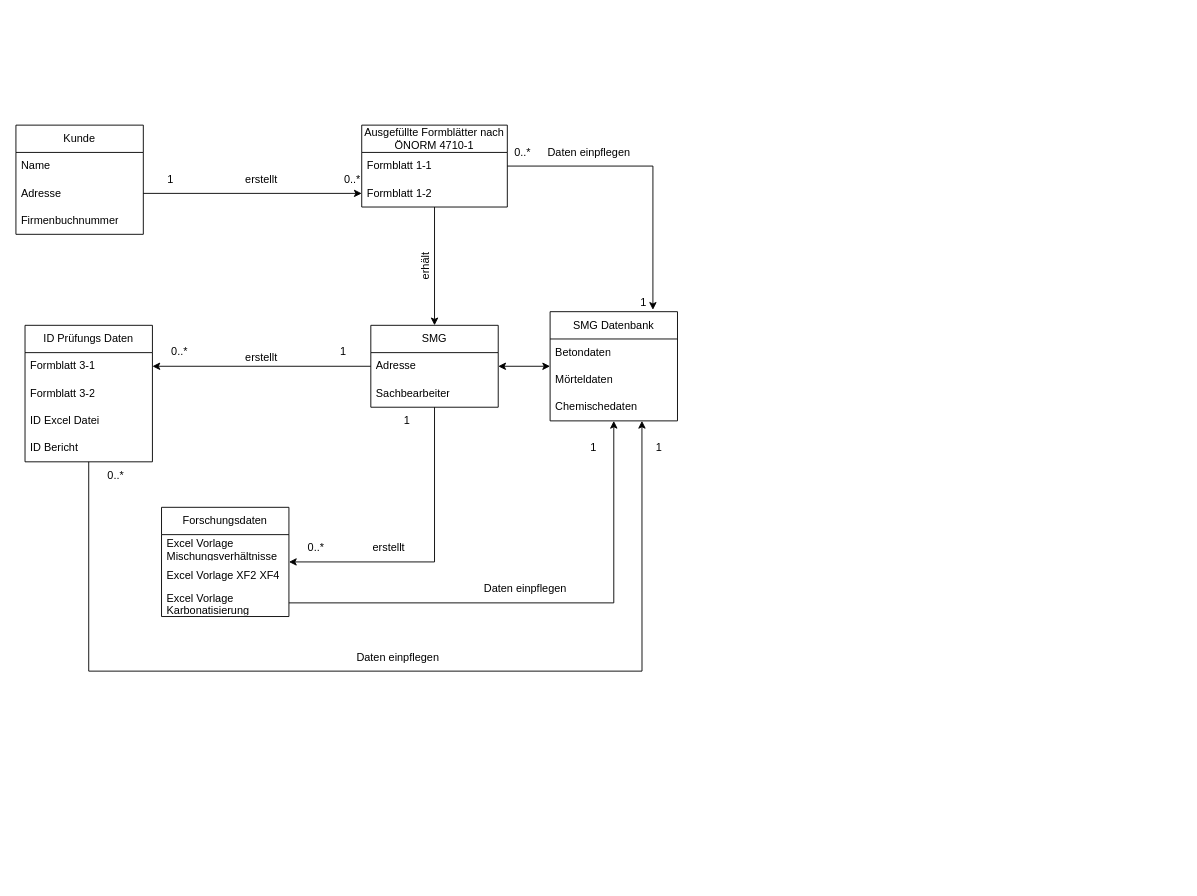
Before: Unbenanntes Diagramm.drawio in TManninger-smg/Datenmodellierung, a draw.io diagram. Source tidied: cells renumbered, new cells numbered last; positions are measured from the earlier drawing's top-left corner, leaving out a move shared by most shapes. Both pictures are drawn from the tidied source at 91%, with x=0, y=0 at pixel (15, 125).
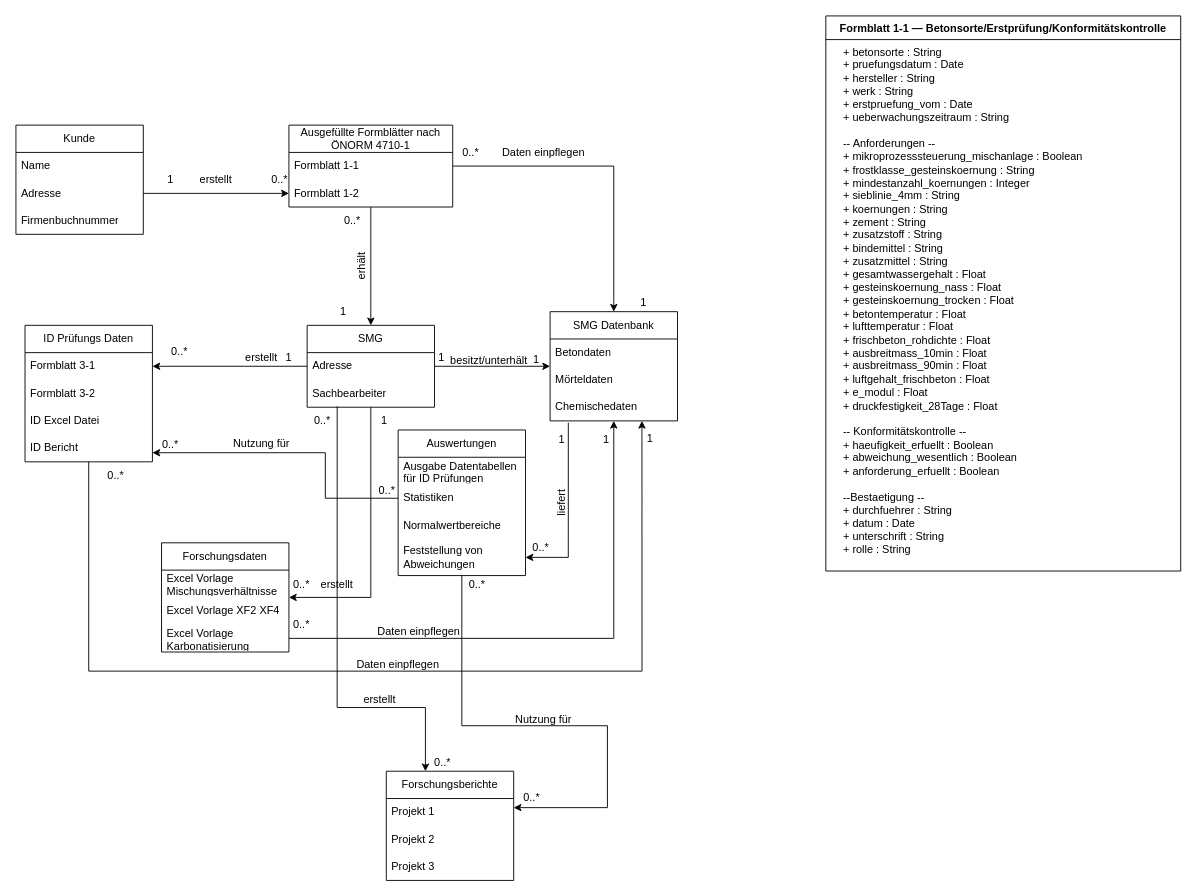
The same diagram, later.

Unchanged cells that the change refers to:
```xml
<mxCell id="13" value="Adresse" style="text;strokeColor=none;fillColor=none;align=left;verticalAlign=middle;spacingLeft=4;spacingRight=4;overflow=hidden;points=[[0,0.5],[1,0.5]];portConstraint=eastwest;whiteSpace=wrap;html=1;" parent="12" vertex="1">
  <mxGeometry y="30" width="140" height="30" as="geometry" />
</mxCell>
<mxCell id="14" value="Sachbearbeiter" style="text;strokeColor=none;fillColor=none;align=left;verticalAlign=middle;spacingLeft=4;spacingRight=4;overflow=hidden;points=[[0,0.5],[1,0.5]];portConstraint=eastwest;whiteSpace=wrap;html=1;" parent="12" vertex="1">
  <mxGeometry y="60" width="140" height="30" as="geometry" />
</mxCell>
<mxCell id="30" value="Excel Vorlage Karbonatisierung" style="text;strokeColor=none;fillColor=none;align=left;verticalAlign=middle;spacingLeft=4;spacingRight=4;overflow=hidden;points=[[0,0.5],[1,0.5]];portConstraint=eastwest;whiteSpace=wrap;html=1;" parent="27" vertex="1">
  <mxGeometry y="90" width="140" height="30" as="geometry" />
</mxCell>
<mxCell id="35" value="SMG Datenbank" style="swimlane;fontStyle=0;horizontal=1;startSize=30;whiteSpace=wrap;html=1;" parent="1" vertex="1">
  <mxGeometry x="587" y="205" width="140" height="120" as="geometry" />
</mxCell>
<mxCell id="38" value="Chemischedaten" style="text;strokeColor=none;fillColor=none;align=left;verticalAlign=middle;spacingLeft=4;spacingRight=4;overflow=hidden;points=[[0,0.5],[1,0.5]];portConstraint=eastwest;whiteSpace=wrap;html=1;" parent="35" vertex="1">
  <mxGeometry y="90" width="140" height="30" as="geometry" />
</mxCell>
```

The edit, as a diff of the source:
```diff
@@
     <mxCell id="6" value="Ausgefüllte Formblätter nach ÖNORM 4710-1" style="swimlane;fontStyle=0;horizontal=1;startSize=30;whiteSpace=wrap;html=1;" parent="1" vertex="1">
-      <mxGeometry x="380" width="160" height="90" as="geometry" />
+      <mxGeometry x="300" width="180" height="90" as="geometry" />
     </mxCell>
     <mxCell id="7" value="Formblatt 1-1&amp;nbsp;" style="text;strokeColor=none;fillColor=none;align=left;verticalAlign=middle;spacingLeft=4;spacingRight=4;overflow=hidden;whiteSpace=wrap;html=1;" parent="6" vertex="1">
-      <mxGeometry y="30" width="160" height="30" as="geometry" />
+      <mxGeometry y="30" width="180" height="30" as="geometry" />
     </mxCell>
     <mxCell id="8" value="Formblatt 1-2" style="text;strokeColor=none;fillColor=none;align=left;verticalAlign=middle;spacingLeft=4;spacingRight=4;overflow=hidden;points=[[0,0.5],[1,0.5]];portConstraint=eastwest;whiteSpace=wrap;html=1;" parent="6" vertex="1">
-      <mxGeometry y="60" width="160" height="30" as="geometry" />
+      <mxGeometry y="60" width="180" height="30" as="geometry" />
     </mxCell>
     <mxCell id="9" value="erstellt" style="text;html=1;align=center;verticalAlign=middle;whiteSpace=wrap;rounded=0;" parent="1" vertex="1">
-      <mxGeometry x="240" y="45" width="60" height="30" as="geometry" />
+      <mxGeometry x="190" y="45" width="60" height="30" as="geometry" />
     </mxCell>
@@
     <mxCell id="11" value="0..*" style="text;html=1;align=center;verticalAlign=middle;whiteSpace=wrap;rounded=0;" parent="1" vertex="1">
-      <mxGeometry x="340" y="45" width="60" height="30" as="geometry" />
+      <mxGeometry x="260" y="45" width="60" height="30" as="geometry" />
     </mxCell>
     <mxCell id="12" value="SMG" style="swimlane;fontStyle=0;horizontal=1;startSize=30;whiteSpace=wrap;html=1;" parent="1" vertex="1">
-      <mxGeometry x="390" y="220" width="140" height="90" as="geometry" />
+      <mxGeometry x="320" y="220" width="140" height="90" as="geometry" />
     </mxCell>
@@
     <mxCell id="15" value="erhält" style="text;html=1;align=center;verticalAlign=middle;whiteSpace=wrap;rounded=0;rotation=-90;" parent="1" vertex="1">
-      <mxGeometry x="420" y="140" width="60" height="30" as="geometry" />
+      <mxGeometry x="350" y="140" width="60" height="30" as="geometry" />
     </mxCell>
@@
     <mxCell id="25" value="1" style="text;html=1;align=center;verticalAlign=middle;whiteSpace=wrap;rounded=0;" parent="1" vertex="1">
-      <mxGeometry x="330" y="234" width="60" height="30" as="geometry" />
+      <mxGeometry x="270" y="241" width="60" height="30" as="geometry" />
     </mxCell>
@@
     <mxCell id="27" value="Forschungsdaten" style="swimlane;fontStyle=0;horizontal=1;startSize=30;whiteSpace=wrap;html=1;" parent="1" vertex="1">
-      <mxGeometry x="160" y="420" width="140" height="120" as="geometry" />
+      <mxGeometry x="160" y="459" width="140" height="120" as="geometry" />
     </mxCell>
@@
     <mxCell id="31" style="endArrow=classic;html=1;rounded=0;" parent="1" edge="1" source="12" target="27">
       <mxGeometry relative="1" as="geometry">
         <Array as="points">
-          <mxPoint x="460" y="480" />
+          <mxPoint x="390" y="519" />
         </Array>
       </mxGeometry>
     </mxCell>
     <mxCell id="32" value="erstellt" style="text;html=1;align=center;verticalAlign=middle;whiteSpace=wrap;rounded=0;" parent="1" vertex="1">
-      <mxGeometry x="380" y="450" width="60" height="30" as="geometry" />
+      <mxGeometry x="323" y="490" width="60" height="30" as="geometry" />
     </mxCell>
-    <mxCell id="33" value="1" style="text;html=1;align=center;verticalAlign=middle;whiteSpace=wrap;rounded=0;" parent="1" vertex="1">
-      <mxGeometry x="400" y="310" width="60" height="30" as="geometry" />
-    </mxCell>
-    <mxCell id="34" value="0..*" style="text;html=1;align=center;verticalAlign=middle;whiteSpace=wrap;rounded=0;" parent="1" vertex="1">
-      <mxGeometry x="300" y="450" width="60" height="30" as="geometry" />
+    <mxCell id="34" value="0..*" style="text;html=1;align=center;verticalAlign=middle;whiteSpace=wrap;rounded=0;rotation=0;" parent="1" vertex="1">
+      <mxGeometry x="284" y="490" width="60" height="30" as="geometry" />
     </mxCell>
@@
     <mxCell id="39" style="endArrow=classic;html=1;rounded=0;exitX=1;exitY=0.5;exitDx=0;exitDy=0;" parent="1" edge="1" source="30" target="35">
       <mxGeometry relative="1" as="geometry">
         <Array as="points">
-          <mxPoint x="657" y="525" />
+          <mxPoint x="657" y="564" />
         </Array>
       </mxGeometry>
     </mxCell>
@@
-    <mxCell id="41" style="endArrow=classic;html=1;rounded=0;entryX=0.807;entryY=-0.017;entryDx=0;entryDy=0;entryPerimeter=0;" parent="1" edge="1" source="6" target="35">
+    <mxCell id="41" style="endArrow=classic;html=1;rounded=0;entryX=0.5;entryY=0;entryDx=0;entryDy=0;" parent="1" edge="1" source="6" target="35">
       <mxGeometry relative="1" as="geometry">
         <Array as="points">
-          <mxPoint x="700" y="45" />
+          <mxPoint x="657" y="45" />
         </Array>
       </mxGeometry>
     </mxCell>
     <mxCell id="42" value="Daten einpflegen" style="text;html=1;align=center;verticalAlign=middle;whiteSpace=wrap;rounded=0;" parent="1" vertex="1">
-      <mxGeometry x="570" y="15" width="120" height="30" as="geometry" />
+      <mxGeometry x="520" y="15" width="120" height="30" as="geometry" />
     </mxCell>
@@
     <mxCell id="44" value="0..*" style="text;html=1;align=center;verticalAlign=middle;whiteSpace=wrap;rounded=0;" parent="1" vertex="1">
-      <mxGeometry x="527" y="15" width="60" height="30" as="geometry" />
+      <mxGeometry x="470" y="15" width="60" height="30" as="geometry" />
     </mxCell>
     <mxCell id="45" value="Daten einpflegen" style="text;html=1;align=center;verticalAlign=middle;whiteSpace=wrap;rounded=0;" parent="1" vertex="1">
-      <mxGeometry x="500" y="495" width="120" height="30" as="geometry" />
+      <mxGeometry x="383" y="542" width="120" height="30" as="geometry" />
     </mxCell>
     <mxCell id="46" value="1" style="text;html=1;align=center;verticalAlign=middle;whiteSpace=wrap;rounded=0;" parent="1" vertex="1">
-      <mxGeometry x="600" y="340" width="70" height="30" as="geometry" />
+      <mxGeometry x="614" y="331" width="70" height="30" as="geometry" />
     </mxCell>
     <mxCell id="47" value="1" style="text;html=1;align=center;verticalAlign=middle;whiteSpace=wrap;rounded=0;" parent="1" vertex="1">
-      <mxGeometry x="672" y="340" width="70" height="30" as="geometry" />
+      <mxGeometry x="662" y="330" width="70" height="30" as="geometry" />
     </mxCell>
     <mxCell id="48" value="Daten einpflegen" style="text;html=1;align=center;verticalAlign=middle;whiteSpace=wrap;rounded=0;" parent="1" vertex="1">
-      <mxGeometry x="360" y="570" width="120" height="30" as="geometry" />
+      <mxGeometry x="360" y="578" width="120" height="30" as="geometry" />
     </mxCell>
@@
-    <mxCell id="50" style="endArrow=classic;startArrow=classic;html=1;rounded=0;exitX=1;exitY=0.5;exitDx=0;exitDy=0;" parent="1" edge="1" source="13" target="35">
-      <mxGeometry relative="1" as="geometry" />
-    </mxCell>
+    <mxCell id="51" value="0..*" style="text;html=1;align=center;verticalAlign=middle;whiteSpace=wrap;rounded=0;" parent="1" vertex="1">
+      <mxGeometry x="340" y="90" width="60" height="30" as="geometry" />
+    </mxCell>
+    <mxCell id="52" value="1" style="text;html=1;align=center;verticalAlign=middle;whiteSpace=wrap;rounded=0;" parent="1" vertex="1">
+      <mxGeometry x="330" y="190" width="60" height="30" as="geometry" />
+    </mxCell>
+    <mxCell id="53" value="besitzt/unterhält" style="text;html=1;align=center;verticalAlign=middle;whiteSpace=wrap;rounded=0;" parent="1" vertex="1">
+      <mxGeometry x="490" y="244" width="60" height="30" as="geometry" />
+    </mxCell>
+    <mxCell id="54" style="endArrow=classic;html=1;rounded=0;" parent="1" edge="1" source="12" target="35">
+      <mxGeometry relative="1" as="geometry" />
+    </mxCell>
+    <mxCell id="55" value="1" style="text;html=1;align=center;verticalAlign=middle;whiteSpace=wrap;rounded=0;" parent="1" vertex="1">
+      <mxGeometry x="370" y="310" width="70" height="30" as="geometry" />
+    </mxCell>
+    <mxCell id="56" value="1" style="text;html=1;align=center;verticalAlign=middle;whiteSpace=wrap;rounded=0;" parent="1" vertex="1">
+      <mxGeometry x="433" y="241" width="70" height="30" as="geometry" />
+    </mxCell>
+    <mxCell id="57" value="1" style="text;html=1;align=center;verticalAlign=middle;whiteSpace=wrap;rounded=0;" parent="1" vertex="1">
+      <mxGeometry x="537" y="243" width="70" height="30" as="geometry" />
+    </mxCell>
+    <mxCell id="58" style="edgeStyle=orthogonalEdgeStyle;rounded=0;jettySize=auto;html=1;" parent="1" edge="1" source="59" target="73">
+      <mxGeometry relative="1" as="geometry">
+        <Array as="points">
+          <mxPoint x="490" y="660" />
+          <mxPoint x="650" y="660" />
+          <mxPoint x="650" y="750" />
+        </Array>
+      </mxGeometry>
+    </mxCell>
+    <mxCell id="59" value="Auswertungen" style="swimlane;fontStyle=0;horizontal=1;startSize=30;whiteSpace=wrap;html=1;" parent="1" vertex="1">
+      <mxGeometry x="420" y="335" width="140" height="160" as="geometry" />
+    </mxCell>
+    <mxCell id="60" value="Ausgabe Datentabellen für ID Prüfungen" style="text;strokeColor=none;fillColor=none;align=left;verticalAlign=middle;spacingLeft=4;spacingRight=4;overflow=hidden;whiteSpace=wrap;html=1;" parent="59" vertex="1">
+      <mxGeometry y="30" width="140" height="30" as="geometry" />
+    </mxCell>
+    <mxCell id="61" value="Statistiken" style="text;strokeColor=none;fillColor=none;align=left;verticalAlign=middle;spacingLeft=4;spacingRight=4;overflow=hidden;points=[[0,0.5],[1,0.5]];portConstraint=eastwest;whiteSpace=wrap;html=1;" parent="59" vertex="1">
+      <mxGeometry y="60" width="140" height="30" as="geometry" />
+    </mxCell>
+    <mxCell id="62" value="Normalwertbereiche" style="text;strokeColor=none;fillColor=none;align=left;verticalAlign=middle;spacingLeft=4;spacingRight=4;overflow=hidden;whiteSpace=wrap;html=1;" parent="59" vertex="1">
+      <mxGeometry y="90" width="140" height="30" as="geometry" />
+    </mxCell>
+    <mxCell id="63" value="Feststellung von Abweichungen" style="text;strokeColor=none;fillColor=none;align=left;verticalAlign=middle;spacingLeft=4;spacingRight=4;overflow=hidden;points=[[0,0.5],[1,0.5]];portConstraint=eastwest;whiteSpace=wrap;html=1;" parent="59" vertex="1">
+      <mxGeometry y="120" width="140" height="40" as="geometry" />
+    </mxCell>
+    <mxCell id="64" value="0..*" style="text;html=1;align=center;verticalAlign=middle;whiteSpace=wrap;rounded=0;" parent="1" vertex="1">
+      <mxGeometry x="284" y="534" width="60" height="30" as="geometry" />
+    </mxCell>
+    <mxCell id="65" style="endArrow=classic;html=1;rounded=0;exitX=0.143;exitY=1.067;exitDx=0;exitDy=0;exitPerimeter=0;entryX=1;entryY=0.5;entryDx=0;entryDy=0;" parent="1" edge="1" source="38" target="63">
+      <mxGeometry relative="1" as="geometry">
+        <Array as="points">
+          <mxPoint x="607" y="475" />
+        </Array>
+      </mxGeometry>
+    </mxCell>
+    <mxCell id="66" value="0..*" style="text;html=1;align=center;verticalAlign=middle;whiteSpace=wrap;rounded=0;" parent="1" vertex="1">
+      <mxGeometry x="547" y="450" width="60" height="30" as="geometry" />
+    </mxCell>
+    <mxCell id="67" value="1" style="text;html=1;align=center;verticalAlign=middle;whiteSpace=wrap;rounded=0;" parent="1" vertex="1">
+      <mxGeometry x="565" y="331" width="70" height="30" as="geometry" />
+    </mxCell>
+    <mxCell id="68" value="liefert" style="text;html=1;align=center;verticalAlign=middle;whiteSpace=wrap;rounded=0;rotation=-90;" parent="1" vertex="1">
+      <mxGeometry x="570" y="400" width="60" height="30" as="geometry" />
+    </mxCell>
+    <mxCell id="69" style="edgeStyle=orthogonalEdgeStyle;rounded=0;jettySize=auto;html=1;" parent="1" edge="1" source="61">
+      <mxGeometry relative="1" as="geometry">
+        <mxPoint x="150" y="360" as="targetPoint" />
+        <Array as="points">
+          <mxPoint x="340" y="410" />
+          <mxPoint x="340" y="360" />
+        </Array>
+      </mxGeometry>
+    </mxCell>
+    <mxCell id="70" value="Nutzung für" style="text;html=1;align=center;verticalAlign=middle;whiteSpace=wrap;rounded=0;" parent="1" vertex="1">
+      <mxGeometry x="210" y="335" width="120" height="30" as="geometry" />
+    </mxCell>
+    <mxCell id="71" value="0..*" style="text;html=1;align=center;verticalAlign=middle;whiteSpace=wrap;rounded=0;" parent="1" vertex="1">
+      <mxGeometry x="140" y="336" width="60" height="30" as="geometry" />
+    </mxCell>
+    <mxCell id="72" value="0..*" style="text;html=1;align=center;verticalAlign=middle;whiteSpace=wrap;rounded=0;" parent="1" vertex="1">
+      <mxGeometry x="378" y="387" width="60" height="30" as="geometry" />
+    </mxCell>
+    <mxCell id="73" value="Forschungsberichte" style="swimlane;fontStyle=0;horizontal=1;startSize=30;whiteSpace=wrap;html=1;" parent="1" vertex="1">
+      <mxGeometry x="407" y="710" width="140" height="120" as="geometry" />
+    </mxCell>
+    <mxCell id="74" value="Projekt 1" style="text;strokeColor=none;fillColor=none;align=left;verticalAlign=middle;spacingLeft=4;spacingRight=4;overflow=hidden;whiteSpace=wrap;html=1;" parent="73" vertex="1">
+      <mxGeometry y="30" width="140" height="30" as="geometry" />
+    </mxCell>
+    <mxCell id="75" value="Projekt 2" style="text;strokeColor=none;fillColor=none;align=left;verticalAlign=middle;spacingLeft=4;spacingRight=4;overflow=hidden;whiteSpace=wrap;html=1;" parent="73" vertex="1">
+      <mxGeometry y="60" width="140" height="30" as="geometry" />
+    </mxCell>
+    <mxCell id="76" value="Projekt 3" style="text;strokeColor=none;fillColor=none;align=left;verticalAlign=middle;spacingLeft=4;spacingRight=4;overflow=hidden;whiteSpace=wrap;html=1;" parent="73" vertex="1">
+      <mxGeometry y="90" width="140" height="30" as="geometry" />
+    </mxCell>
+    <mxCell id="77" value="Nutzung für" style="text;html=1;align=center;verticalAlign=middle;whiteSpace=wrap;rounded=0;" parent="1" vertex="1">
+      <mxGeometry x="520" y="638" width="120" height="30" as="geometry" />
+    </mxCell>
+    <mxCell id="78" value="0..*" style="text;html=1;align=center;verticalAlign=middle;whiteSpace=wrap;rounded=0;" parent="1" vertex="1">
+      <mxGeometry x="477" y="490" width="60" height="30" as="geometry" />
+    </mxCell>
+    <mxCell id="79" value="0..*" style="text;html=1;align=center;verticalAlign=middle;whiteSpace=wrap;rounded=0;" parent="1" vertex="1">
+      <mxGeometry x="537" y="724" width="60" height="30" as="geometry" />
+    </mxCell>
+    <mxCell id="80" value="0..*" style="text;html=1;align=center;verticalAlign=middle;whiteSpace=wrap;rounded=0;" parent="1" vertex="1">
+      <mxGeometry x="307" y="310" width="60" height="30" as="geometry" />
+    </mxCell>
+    <mxCell id="81" style="edgeStyle=orthogonalEdgeStyle;rounded=0;jettySize=auto;html=1;exitX=0.236;exitY=0.967;exitDx=0;exitDy=0;exitPerimeter=0;" parent="1" edge="1" source="14" target="73">
+      <mxGeometry relative="1" as="geometry">
+        <Array as="points">
+          <mxPoint x="353" y="640" />
+          <mxPoint x="450" y="640" />
+        </Array>
+      </mxGeometry>
+    </mxCell>
+    <mxCell id="82" value="erstellt" style="text;html=1;align=center;verticalAlign=middle;whiteSpace=wrap;rounded=0;" parent="1" vertex="1">
+      <mxGeometry x="370" y="617" width="60" height="30" as="geometry" />
+    </mxCell>
+    <mxCell id="83" value="0..*" style="text;html=1;align=center;verticalAlign=middle;whiteSpace=wrap;rounded=0;" parent="1" vertex="1">
+      <mxGeometry x="439" y="686" width="60" height="30" as="geometry" />
+    </mxCell>
+    <mxCell id="84" value="Formblatt 1-1&amp;nbsp;― Betonsorte/Erstprüfung/Konformitätskontrolle" style="swimlane;fontStyle=1;align=center;verticalAlign=top;horizontal=1;startSize=26;whiteSpace=wrap;html=1;" parent="1" vertex="1">
+      <mxGeometry x="890" y="-120" width="390" height="610" as="geometry" />
+    </mxCell>
+    <mxCell id="85" value="&lt;div&gt;&amp;nbsp; &amp;nbsp; + betonsorte : String&lt;/div&gt;&lt;div&gt;&amp;nbsp; &amp;nbsp; + pruefungsdatum : Date&lt;/div&gt;&lt;div&gt;&amp;nbsp; &amp;nbsp; + hersteller : String&lt;/div&gt;&lt;div&gt;&amp;nbsp; &amp;nbsp; + werk : String&lt;/div&gt;&lt;div&gt;&amp;nbsp; &amp;nbsp; + erstpruefung_vom : Date&lt;/div&gt;&lt;div&gt;&amp;nbsp; &amp;nbsp; + ueberwachungszeitraum : String&lt;/div&gt;&lt;div&gt;&lt;br&gt;&lt;/div&gt;&lt;div&gt;&amp;nbsp; &amp;nbsp; -- Anforderungen --&lt;/div&gt;&lt;div&gt;&amp;nbsp; &amp;nbsp; + mikroprozesssteuerung_mischanlage : Boolean&lt;/div&gt;&lt;div&gt;&amp;nbsp; &amp;nbsp; + frostklasse_gesteinskoernung : String&lt;/div&gt;&lt;div&gt;&amp;nbsp; &amp;nbsp; + mindestanzahl_koernungen : Integer&lt;/div&gt;&lt;div&gt;&amp;nbsp; &amp;nbsp; + sieblinie_4mm : String&lt;/div&gt;&lt;div&gt;&amp;nbsp; &amp;nbsp; + koernungen : String&lt;/div&gt;&lt;div&gt;&amp;nbsp; &amp;nbsp; + zement : String&lt;/div&gt;&lt;div&gt;&amp;nbsp; &amp;nbsp; + zusatzstoff : String&lt;/div&gt;&lt;div&gt;&amp;nbsp; &amp;nbsp; + bindemittel : String&lt;/div&gt;&lt;div&gt;&amp;nbsp; &amp;nbsp; + zusatzmittel : String&lt;/div&gt;&lt;div&gt;&amp;nbsp; &amp;nbsp; + gesamtwassergehalt : Float&lt;/div&gt;&lt;div&gt;&amp;nbsp; &amp;nbsp; + gesteinskoernung_nass : Float&lt;/div&gt;&lt;div&gt;&amp;nbsp; &amp;nbsp; + gesteinskoernung_trocken : Float&lt;/div&gt;&lt;div&gt;&amp;nbsp; &amp;nbsp; + betontemperatur : Float&lt;/div&gt;&lt;div&gt;&amp;nbsp; &amp;nbsp; + lufttemperatur : Float&lt;/div&gt;&lt;div&gt;&amp;nbsp; &amp;nbsp; + frischbeton_rohdichte : Float&lt;/div&gt;&lt;div&gt;&amp;nbsp; &amp;nbsp; + ausbreitmass_10min : Float&lt;/div&gt;&lt;div&gt;&amp;nbsp; &amp;nbsp; + ausbreitmass_90min : Float&lt;/div&gt;&lt;div&gt;&amp;nbsp; &amp;nbsp; + luftgehalt_frischbeton : Float&lt;/div&gt;&lt;div&gt;&amp;nbsp; &amp;nbsp; + e_modul : Float&lt;/div&gt;&lt;div&gt;&amp;nbsp; &amp;nbsp; + druckfestigkeit_28Tage : Float&lt;/div&gt;&lt;div&gt;&lt;br&gt;&lt;/div&gt;&lt;div&gt;&amp;nbsp; &amp;nbsp; -- Konformitätskontrolle --&lt;/div&gt;&lt;div&gt;&amp;nbsp; &amp;nbsp; + haeufigkeit_erfuellt : Boolean&lt;/div&gt;&lt;div&gt;&amp;nbsp; &amp;nbsp; + abweichung_wesentlich : Boolean&lt;/div&gt;&lt;div&gt;&amp;nbsp; &amp;nbsp; + anforderung_erfuellt : Boolean&lt;/div&gt;&lt;div&gt;&lt;span style=&quot;background-color: initial;&quot;&gt;&lt;br&gt;&lt;/span&gt;&lt;/div&gt;&lt;div&gt;&lt;span style=&quot;background-color: initial;&quot;&gt;&amp;nbsp; &amp;nbsp; --Bestaetigung --&lt;/span&gt;&lt;/div&gt;&lt;div&gt;&amp;nbsp; &amp;nbsp; + durchfuehrer : String&lt;/div&gt;&lt;div&gt;&amp;nbsp; &amp;nbsp; + datum : Date&lt;/div&gt;&lt;div&gt;&amp;nbsp; &amp;nbsp; + unterschrift : String&lt;/div&gt;&lt;div&gt;&amp;nbsp; &amp;nbsp; + rolle : String&lt;/div&gt;&lt;div&gt;&lt;br&gt;&lt;/div&gt;" style="text;strokeColor=none;fillColor=none;align=left;verticalAlign=top;spacingLeft=4;spacingRight=4;overflow=hidden;whiteSpace=wrap;html=1;" parent="84" vertex="1">
+      <mxGeometry y="26" width="390" height="584" as="geometry" />
+    </mxCell>
```
